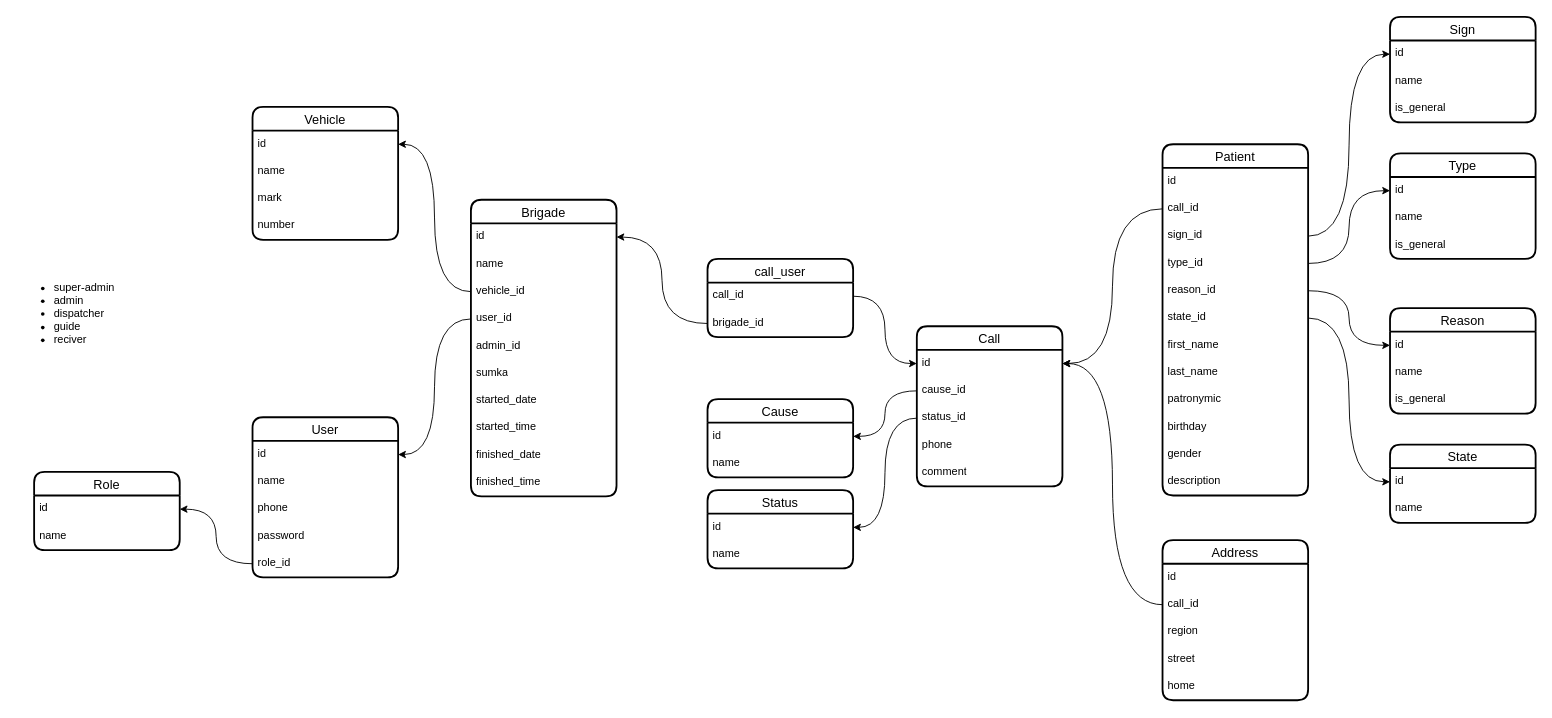
This is karsoft-103.drawio from iztileuoff/databases, a draw.io file, before an edit. Source tidied: cells renumbered, new cells numbered last; positions are measured from the earlier drawing's top-left corner, leaving out a move shared by most shapes. Both pictures are drawn from the tidied source at 91%, with x=0, y=0 at pixel (15, 16).
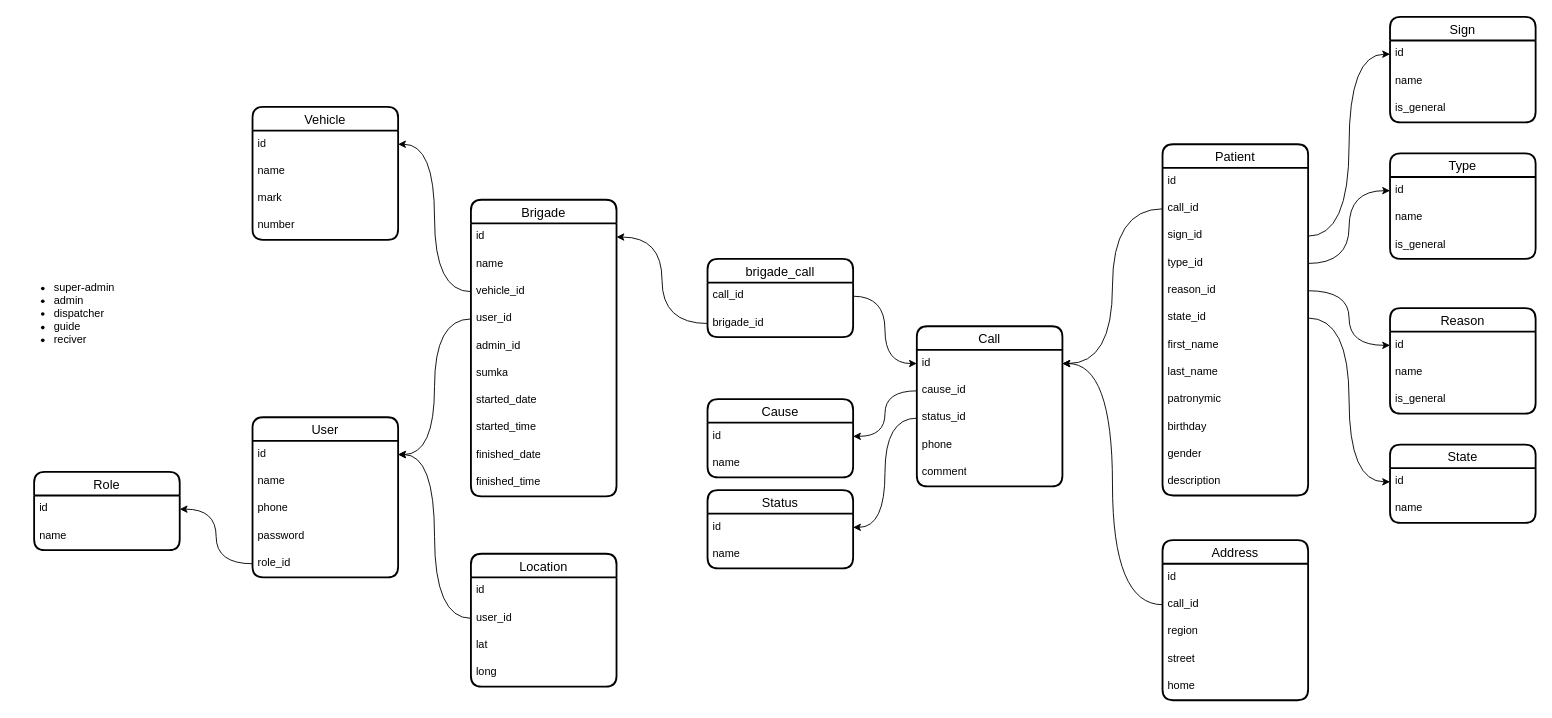
After the change.

The change refers to these unchanged cells:
```xml
<mxCell id="3" value="id" style="text;strokeColor=none;fillColor=none;spacingLeft=4;spacingRight=4;overflow=hidden;points=[[0,0.5],[1,0.5]];portConstraint=eastwest;fontSize=12;whiteSpace=wrap;html=1;" parent="2" vertex="1">
  <mxGeometry y="26" width="160" height="30" as="geometry" />
</mxCell>
```

The edit, as a diff of the source:
```diff
@@
-    <mxCell id="67" value="call_user" style="swimlane;fontStyle=0;horizontal=1;startSize=26;align=center;fontSize=14;strokeWidth=2;rounded=1;shadow=0;glass=0;swimlaneLine=1;" parent="1" vertex="1">
+    <mxCell id="67" value="brigade_call" style="swimlane;fontStyle=0;horizontal=1;startSize=26;align=center;fontSize=14;strokeWidth=2;rounded=1;shadow=0;glass=0;swimlaneLine=1;" parent="1" vertex="1">
       <mxGeometry x="760" y="266" width="160" height="86" as="geometry" />
     </mxCell>
@@
+    <mxCell id="90" value="Location" style="swimlane;fontStyle=0;horizontal=1;startSize=26;align=center;fontSize=14;strokeWidth=2;rounded=1;shadow=0;glass=0;swimlaneLine=1;" parent="1" vertex="1">
+      <mxGeometry x="500" y="590" width="160" height="146" as="geometry" />
+    </mxCell>
+    <mxCell id="91" value="id" style="text;strokeColor=none;fillColor=none;spacingLeft=4;spacingRight=4;overflow=hidden;fontSize=12;whiteSpace=wrap;html=1;" parent="90" vertex="1">
+      <mxGeometry y="26" width="160" height="30" as="geometry" />
+    </mxCell>
+    <mxCell id="92" value="user_id" style="text;strokeColor=none;fillColor=none;spacingLeft=4;spacingRight=4;overflow=hidden;points=[[0,0.5],[1,0.5]];portConstraint=eastwest;fontSize=12;whiteSpace=wrap;html=1;" parent="90" vertex="1">
+      <mxGeometry y="56" width="160" height="30" as="geometry" />
+    </mxCell>
+    <mxCell id="93" value="lat" style="text;strokeColor=none;fillColor=none;spacingLeft=4;spacingRight=4;overflow=hidden;fontSize=12;whiteSpace=wrap;html=1;" parent="90" vertex="1">
+      <mxGeometry y="86" width="160" height="30" as="geometry" />
+    </mxCell>
+    <mxCell id="94" value="long" style="text;strokeColor=none;fillColor=none;spacingLeft=4;spacingRight=4;overflow=hidden;fontSize=12;whiteSpace=wrap;html=1;" parent="90" vertex="1">
+      <mxGeometry y="116" width="160" height="30" as="geometry" />
+    </mxCell>
+    <mxCell id="95" style="edgeStyle=orthogonalEdgeStyle;rounded=0;jettySize=auto;html=1;entryX=1;entryY=0.5;entryDx=0;entryDy=0;curved=1;" parent="1" edge="1" source="92" target="3">
+      <mxGeometry relative="1" as="geometry" />
+    </mxCell>
```
